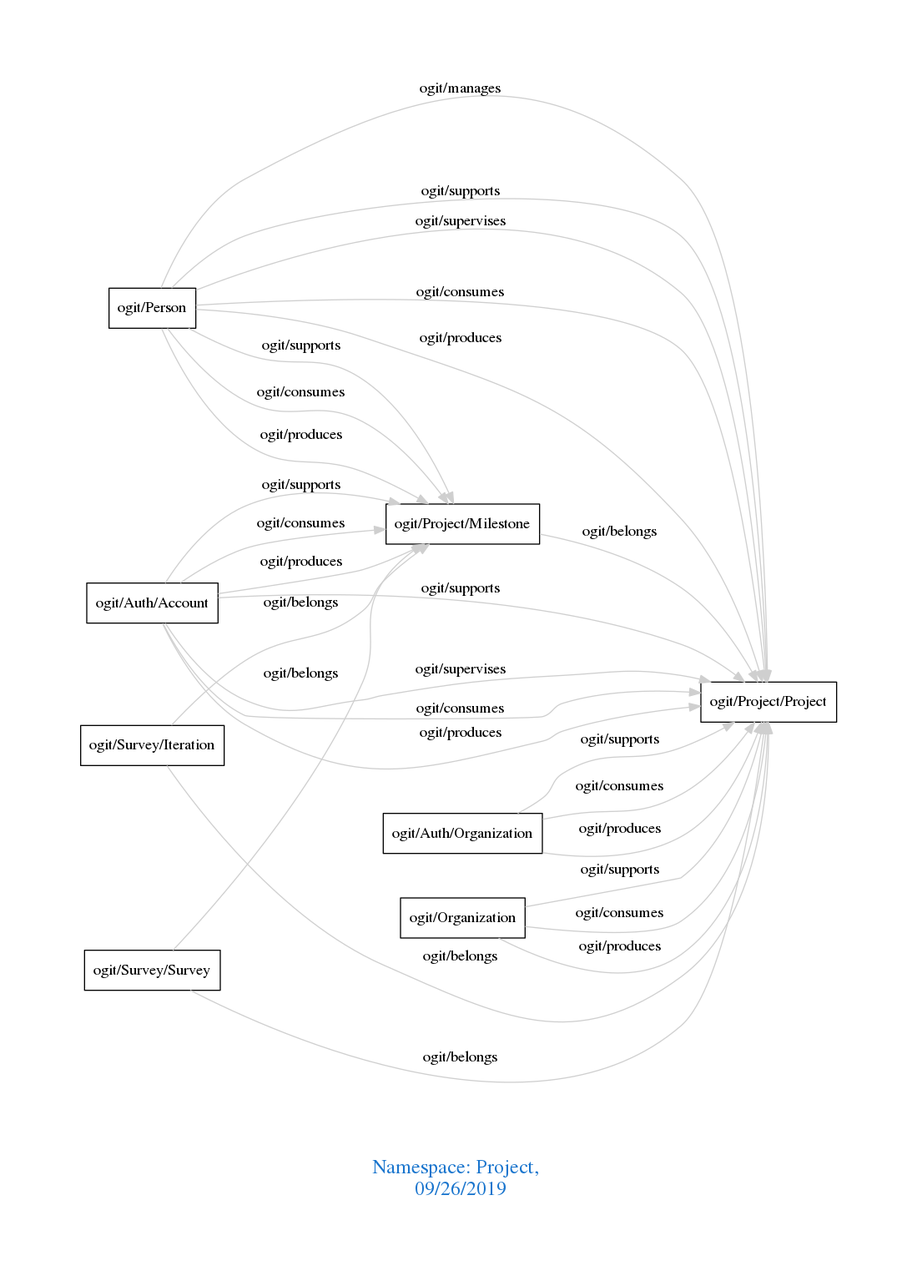
Before: downloads/Project.png, a diagram exported from Graphviz (arago/OGIT). Its source is kept beside it as downloads/Project.dot.
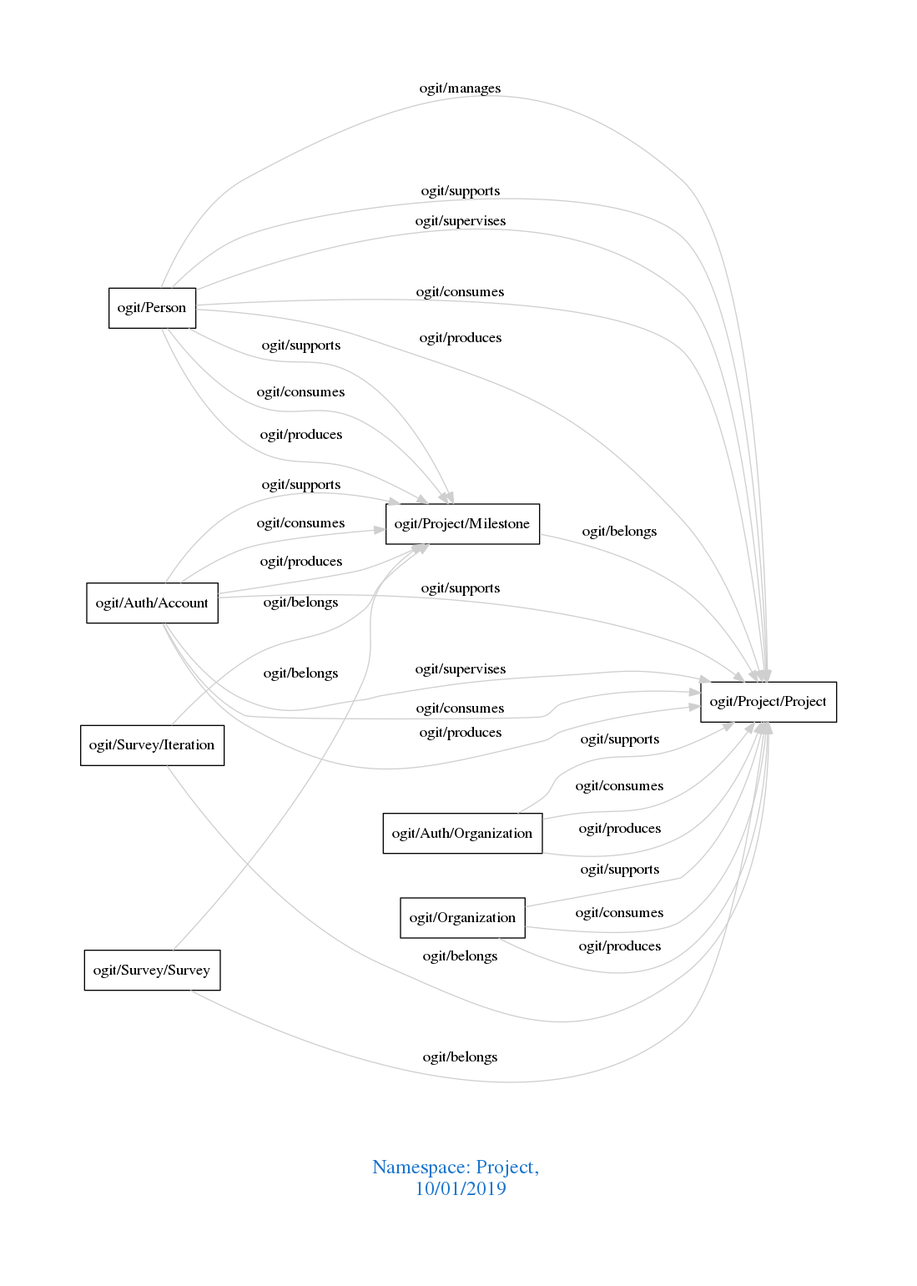
Above is the later version.

The edit, as a diff of the source:
```diff
@@ -1,7 +1,7 @@
 digraph OGIT_ontology {
  graph [ rankdir= LR,pad=1
 fontsize = 18,
-fontcolor= dodgerblue3,label = "\n\n\nNamespace: Project, \n 09/26/2019"];
+fontcolor= dodgerblue3,label = "\n\n\nNamespace: Project, \n 10/01/2019"];
 node[shape=polygon];
 edge [  color="gray81"];
 
```
